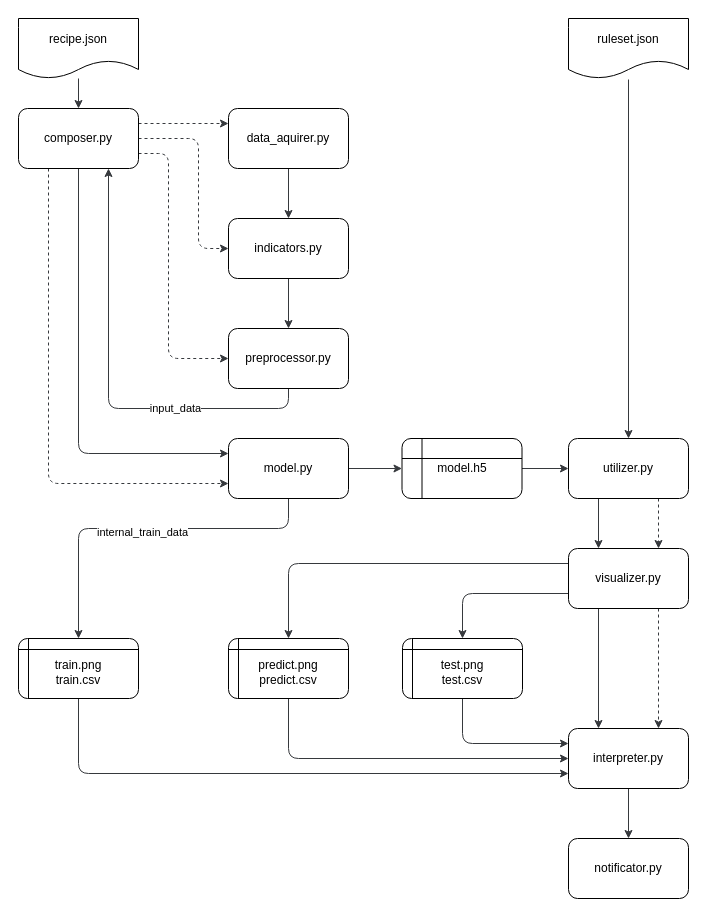
Earlier version of the draw.io diagram doc/model_overview.drawio (Franzelfx/forex-predicter). Source tidied: cells renumbered, new cells numbered last; positions are measured from the earlier drawing's top-left corner, leaving out a move shared by most shapes. Both pictures are drawn from the tidied source at 100%, with x=0, y=0 at pixel (18, 18).
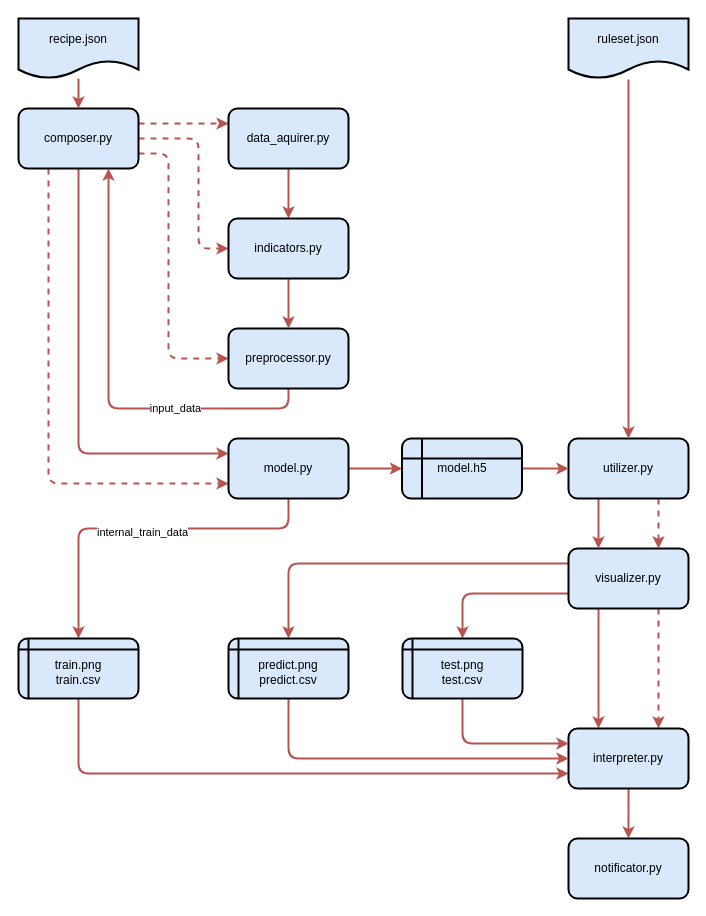
The same diagram, later.

Commit message (it also covers changes not shown here):
EDIT model overview

What changed in the source:
```diff
@@
-    <mxCell id="2" style="edgeStyle=orthogonalEdgeStyle;rounded=1;jettySize=auto;html=1;exitX=1;exitY=0.25;exitDx=0;exitDy=0;entryX=0;entryY=0.25;entryDx=0;entryDy=0;dashed=1;fillColor=#f9f7ed;strokeColor=#36393d;" parent="1" edge="1" source="7" target="9">
+    <mxCell id="2" style="edgeStyle=orthogonalEdgeStyle;rounded=1;jettySize=auto;html=1;exitX=1;exitY=0.25;exitDx=0;exitDy=0;entryX=0;entryY=0.25;entryDx=0;entryDy=0;dashed=1;fillColor=#f8cecc;strokeColor=#b85450;strokeWidth=2;" parent="1" edge="1" source="7" target="9">
       <mxGeometry relative="1" as="geometry" />
     </mxCell>
-    <mxCell id="3" style="edgeStyle=orthogonalEdgeStyle;rounded=1;jettySize=auto;html=1;exitX=1;exitY=0.5;exitDx=0;exitDy=0;entryX=0;entryY=0.5;entryDx=0;entryDy=0;dashed=1;fillColor=#f9f7ed;strokeColor=#36393d;" parent="1" edge="1" source="7" target="14">
+    <mxCell id="3" style="edgeStyle=orthogonalEdgeStyle;rounded=1;jettySize=auto;html=1;exitX=1;exitY=0.5;exitDx=0;exitDy=0;entryX=0;entryY=0.5;entryDx=0;entryDy=0;dashed=1;fillColor=#f8cecc;strokeColor=#b85450;strokeWidth=2;" parent="1" edge="1" source="7" target="14">
       <mxGeometry relative="1" as="geometry">
         <Array as="points">
           <mxPoint x="180" y="120" />
           <mxPoint x="180" y="230" />
         </Array>
       </mxGeometry>
     </mxCell>
-    <mxCell id="4" style="edgeStyle=orthogonalEdgeStyle;rounded=1;jettySize=auto;html=1;exitX=1;exitY=0.75;exitDx=0;exitDy=0;entryX=0;entryY=0.5;entryDx=0;entryDy=0;dashed=1;fillColor=#f9f7ed;strokeColor=#36393d;" parent="1" edge="1" source="7" target="12">
+    <mxCell id="4" style="edgeStyle=orthogonalEdgeStyle;rounded=1;jettySize=auto;html=1;exitX=1;exitY=0.75;exitDx=0;exitDy=0;entryX=0;entryY=0.5;entryDx=0;entryDy=0;dashed=1;fillColor=#f8cecc;strokeColor=#b85450;strokeWidth=2;" parent="1" edge="1" source="7" target="12">
       <mxGeometry relative="1" as="geometry">
         <Array as="points">
           <mxPoint x="150" y="135" />
           <mxPoint x="150" y="340" />
         </Array>
       </mxGeometry>
     </mxCell>
-    <mxCell id="5" style="edgeStyle=orthogonalEdgeStyle;html=1;exitX=0.5;exitY=1;exitDx=0;exitDy=0;entryX=0;entryY=0.25;entryDx=0;entryDy=0;startArrow=none;startFill=0;fillColor=#f9f7ed;strokeColor=#36393d;" parent="1" edge="1" source="7" target="23">
+    <mxCell id="5" style="edgeStyle=orthogonalEdgeStyle;html=1;exitX=0.5;exitY=1;exitDx=0;exitDy=0;entryX=0;entryY=0.25;entryDx=0;entryDy=0;startArrow=none;startFill=0;fillColor=#f8cecc;strokeColor=#b85450;strokeWidth=2;" parent="1" edge="1" source="7" target="23">
       <mxGeometry relative="1" as="geometry" />
     </mxCell>
-    <mxCell id="6" style="edgeStyle=orthogonalEdgeStyle;html=1;exitX=0.25;exitY=1;exitDx=0;exitDy=0;entryX=0;entryY=0.75;entryDx=0;entryDy=0;startArrow=none;startFill=0;dashed=1;fillColor=#f9f7ed;strokeColor=#36393d;" parent="1" edge="1" source="7" target="23">
+    <mxCell id="6" style="edgeStyle=orthogonalEdgeStyle;html=1;exitX=0.25;exitY=1;exitDx=0;exitDy=0;entryX=0;entryY=0.75;entryDx=0;entryDy=0;startArrow=none;startFill=0;dashed=1;fillColor=#f8cecc;strokeColor=#b85450;strokeWidth=2;" parent="1" edge="1" source="7" target="23">
       <mxGeometry relative="1" as="geometry" />
     </mxCell>
-    <mxCell id="7" value="composer.py" style="rounded=1;whiteSpace=wrap;html=1;verticalAlign=middle;align=center;" parent="1" vertex="1">
+    <mxCell id="7" value="composer.py" style="rounded=1;whiteSpace=wrap;html=1;verticalAlign=middle;align=center;strokeWidth=2;fillColor=#dae8fc;strokeColor=#000000;" parent="1" vertex="1">
       <mxGeometry y="90" width="120" height="60" as="geometry" />
     </mxCell>
-    <mxCell id="8" style="edgeStyle=none;html=1;fillColor=#eeeeee;strokeColor=#36393d;" parent="1" edge="1" source="9" target="14">
+    <mxCell id="8" style="edgeStyle=none;html=1;fillColor=#f8cecc;strokeColor=#b85450;strokeWidth=2;" parent="1" edge="1" source="9" target="14">
       <mxGeometry relative="1" as="geometry" />
     </mxCell>
-    <mxCell id="9" value="data_aquirer.py" style="rounded=1;whiteSpace=wrap;html=1;" parent="1" vertex="1">
+    <mxCell id="9" value="data_aquirer.py" style="rounded=1;whiteSpace=wrap;html=1;strokeWidth=2;fillColor=#dae8fc;strokeColor=#000000;" parent="1" vertex="1">
       <mxGeometry x="210" y="90" width="120" height="60" as="geometry" />
     </mxCell>
-    <mxCell id="10" style="edgeStyle=orthogonalEdgeStyle;rounded=1;jettySize=auto;html=1;exitX=0.5;exitY=1;exitDx=0;exitDy=0;entryX=0.75;entryY=1;entryDx=0;entryDy=0;fillColor=#f9f7ed;strokeColor=#36393d;" parent="1" edge="1" source="12" target="7">
+    <mxCell id="10" style="edgeStyle=orthogonalEdgeStyle;rounded=1;jettySize=auto;html=1;exitX=0.5;exitY=1;exitDx=0;exitDy=0;entryX=0.75;entryY=1;entryDx=0;entryDy=0;fillColor=#f8cecc;strokeColor=#b85450;strokeWidth=2;" parent="1" edge="1" source="12" target="7">
       <mxGeometry relative="1" as="geometry" />
     </mxCell>
@@
-    <mxCell id="12" value="preprocessor.py" style="rounded=1;whiteSpace=wrap;html=1;" parent="1" vertex="1">
+    <mxCell id="12" value="preprocessor.py" style="rounded=1;whiteSpace=wrap;html=1;strokeWidth=2;fillColor=#dae8fc;strokeColor=#000000;" parent="1" vertex="1">
       <mxGeometry x="210" y="310" width="120" height="60" as="geometry" />
     </mxCell>
-    <mxCell id="13" style="edgeStyle=none;html=1;fillColor=#eeeeee;strokeColor=#36393d;" parent="1" edge="1" source="14" target="12">
+    <mxCell id="13" style="edgeStyle=none;html=1;fillColor=#f8cecc;strokeColor=#b85450;strokeWidth=2;" parent="1" edge="1" source="14" target="12">
       <mxGeometry relative="1" as="geometry" />
     </mxCell>
-    <mxCell id="14" value="indicators.py" style="rounded=1;whiteSpace=wrap;html=1;" parent="1" vertex="1">
+    <mxCell id="14" value="indicators.py" style="rounded=1;whiteSpace=wrap;html=1;strokeWidth=2;fillColor=#dae8fc;strokeColor=#000000;" parent="1" vertex="1">
       <mxGeometry x="210" y="200" width="120" height="60" as="geometry" />
     </mxCell>
-    <mxCell id="15" style="edgeStyle=orthogonalEdgeStyle;html=1;exitX=0;exitY=0.75;exitDx=0;exitDy=0;entryX=0.5;entryY=0;entryDx=0;entryDy=0;startArrow=none;startFill=0;fillColor=#f9f7ed;strokeColor=#36393d;" parent="1" edge="1" source="19" target="38">
+    <mxCell id="15" style="edgeStyle=orthogonalEdgeStyle;html=1;exitX=0;exitY=0.75;exitDx=0;exitDy=0;entryX=0.5;entryY=0;entryDx=0;entryDy=0;startArrow=none;startFill=0;fillColor=#f8cecc;strokeColor=#b85450;strokeWidth=2;" parent="1" edge="1" source="19" target="38">
       <mxGeometry relative="1" as="geometry" />
     </mxCell>
-    <mxCell id="16" style="edgeStyle=orthogonalEdgeStyle;html=1;exitX=0;exitY=0.25;exitDx=0;exitDy=0;entryX=0.5;entryY=0;entryDx=0;entryDy=0;startArrow=none;startFill=0;fillColor=#f9f7ed;strokeColor=#36393d;" parent="1" edge="1" source="19" target="40">
+    <mxCell id="16" style="edgeStyle=orthogonalEdgeStyle;html=1;exitX=0;exitY=0.25;exitDx=0;exitDy=0;entryX=0.5;entryY=0;entryDx=0;entryDy=0;startArrow=none;startFill=0;fillColor=#f8cecc;strokeColor=#b85450;strokeWidth=2;" parent="1" edge="1" source="19" target="40">
       <mxGeometry relative="1" as="geometry" />
     </mxCell>
-    <mxCell id="17" style="edgeStyle=orthogonalEdgeStyle;html=1;exitX=0.75;exitY=1;exitDx=0;exitDy=0;entryX=0.75;entryY=0;entryDx=0;entryDy=0;dashed=1;startArrow=none;startFill=0;fillColor=#f9f7ed;strokeColor=#36393d;" parent="1" edge="1" source="19" target="36">
+    <mxCell id="17" style="edgeStyle=orthogonalEdgeStyle;html=1;exitX=0.75;exitY=1;exitDx=0;exitDy=0;entryX=0.75;entryY=0;entryDx=0;entryDy=0;dashed=1;startArrow=none;startFill=0;fillColor=#f8cecc;strokeColor=#b85450;strokeWidth=2;" parent="1" edge="1" source="19" target="36">
       <mxGeometry relative="1" as="geometry" />
     </mxCell>
-    <mxCell id="18" style="edgeStyle=orthogonalEdgeStyle;html=1;exitX=0.25;exitY=1;exitDx=0;exitDy=0;entryX=0.25;entryY=0;entryDx=0;entryDy=0;startArrow=none;startFill=0;fillColor=#f9f7ed;strokeColor=#36393d;" parent="1" edge="1" source="19" target="36">
+    <mxCell id="18" style="edgeStyle=orthogonalEdgeStyle;html=1;exitX=0.25;exitY=1;exitDx=0;exitDy=0;entryX=0.25;entryY=0;entryDx=0;entryDy=0;startArrow=none;startFill=0;fillColor=#f8cecc;strokeColor=#b85450;strokeWidth=2;" parent="1" edge="1" source="19" target="36">
       <mxGeometry relative="1" as="geometry" />
     </mxCell>
-    <mxCell id="19" value="visualizer.py" style="rounded=1;whiteSpace=wrap;html=1;verticalAlign=middle;align=center;" parent="1" vertex="1">
+    <mxCell id="19" value="visualizer.py" style="rounded=1;whiteSpace=wrap;html=1;verticalAlign=middle;align=center;strokeWidth=2;fillColor=#dae8fc;strokeColor=#000000;" parent="1" vertex="1">
       <mxGeometry x="550" y="530" width="120" height="60" as="geometry" />
     </mxCell>
-    <mxCell id="20" style="edgeStyle=orthogonalEdgeStyle;html=1;exitX=1;exitY=0.5;exitDx=0;exitDy=0;entryX=0;entryY=0.5;entryDx=0;entryDy=0;fillColor=#f9f7ed;strokeColor=#36393d;" parent="1" edge="1" source="23" target="30">
+    <mxCell id="20" style="edgeStyle=orthogonalEdgeStyle;html=1;exitX=1;exitY=0.5;exitDx=0;exitDy=0;entryX=0;entryY=0.5;entryDx=0;entryDy=0;fillColor=#f8cecc;strokeColor=#b85450;strokeWidth=2;" parent="1" edge="1" source="23" target="30">
       <mxGeometry relative="1" as="geometry" />
     </mxCell>
-    <mxCell id="21" style="edgeStyle=orthogonalEdgeStyle;html=1;exitX=0.5;exitY=1;exitDx=0;exitDy=0;entryX=0.5;entryY=0;entryDx=0;entryDy=0;startArrow=none;startFill=0;fillColor=#f9f7ed;strokeColor=#36393d;" parent="1" edge="1" source="23" target="34">
+    <mxCell id="21" style="edgeStyle=orthogonalEdgeStyle;html=1;exitX=0.5;exitY=1;exitDx=0;exitDy=0;entryX=0.5;entryY=0;entryDx=0;entryDy=0;startArrow=none;startFill=0;fillColor=#f8cecc;strokeColor=#b85450;strokeWidth=2;" parent="1" edge="1" source="23" target="34">
       <mxGeometry relative="1" as="geometry">
         <Array as="points">
           <mxPoint x="270" y="510" />
           <mxPoint x="60" y="510" />
         </Array>
       </mxGeometry>
     </mxCell>
@@
-    <mxCell id="23" value="model.py" style="rounded=1;whiteSpace=wrap;html=1;verticalAlign=middle;align=center;" parent="1" vertex="1">
+    <mxCell id="23" value="model.py" style="rounded=1;whiteSpace=wrap;html=1;verticalAlign=middle;align=center;strokeWidth=2;fillColor=#dae8fc;strokeColor=#000000;" parent="1" vertex="1">
       <mxGeometry x="210" y="420" width="120" height="60" as="geometry" />
     </mxCell>
-    <mxCell id="24" style="edgeStyle=orthogonalEdgeStyle;html=1;exitX=0.25;exitY=1;exitDx=0;exitDy=0;entryX=0.25;entryY=0;entryDx=0;entryDy=0;startArrow=none;startFill=0;fillColor=#f9f7ed;strokeColor=#36393d;" parent="1" edge="1" source="26" target="19">
+    <mxCell id="24" style="edgeStyle=orthogonalEdgeStyle;html=1;exitX=0.25;exitY=1;exitDx=0;exitDy=0;entryX=0.25;entryY=0;entryDx=0;entryDy=0;startArrow=none;startFill=0;fillColor=#f8cecc;strokeColor=#b85450;strokeWidth=2;" parent="1" edge="1" source="26" target="19">
       <mxGeometry relative="1" as="geometry" />
     </mxCell>
-    <mxCell id="25" style="edgeStyle=orthogonalEdgeStyle;html=1;exitX=0.75;exitY=1;exitDx=0;exitDy=0;entryX=0.75;entryY=0;entryDx=0;entryDy=0;startArrow=none;startFill=0;dashed=1;fillColor=#f9f7ed;strokeColor=#36393d;" parent="1" edge="1" source="26" target="19">
+    <mxCell id="25" style="edgeStyle=orthogonalEdgeStyle;html=1;exitX=0.75;exitY=1;exitDx=0;exitDy=0;entryX=0.75;entryY=0;entryDx=0;entryDy=0;startArrow=none;startFill=0;dashed=1;fillColor=#f8cecc;strokeColor=#b85450;strokeWidth=2;" parent="1" edge="1" source="26" target="19">
       <mxGeometry relative="1" as="geometry" />
     </mxCell>
-    <mxCell id="26" value="utilizer.py" style="rounded=1;whiteSpace=wrap;html=1;verticalAlign=middle;align=center;" parent="1" vertex="1">
+    <mxCell id="26" value="utilizer.py" style="rounded=1;whiteSpace=wrap;html=1;verticalAlign=middle;align=center;strokeWidth=2;fillColor=#dae8fc;strokeColor=#000000;" parent="1" vertex="1">
       <mxGeometry x="550" y="420" width="120" height="60" as="geometry" />
     </mxCell>
-    <mxCell id="27" style="edgeStyle=none;html=1;fillColor=#f9f7ed;strokeColor=#36393d;" parent="1" edge="1" source="28" target="7">
+    <mxCell id="27" style="edgeStyle=none;html=1;fillColor=#f8cecc;strokeColor=#b85450;strokeWidth=2;" parent="1" edge="1" source="28" target="7">
       <mxGeometry relative="1" as="geometry" />
     </mxCell>
-    <mxCell id="28" value="recipe.json" style="shape=document;whiteSpace=wrap;html=1;boundedLbl=1;" parent="1" vertex="1">
+    <mxCell id="28" value="recipe.json" style="shape=document;whiteSpace=wrap;html=1;boundedLbl=1;strokeWidth=2;fillColor=#dae8fc;strokeColor=#000000;" parent="1" vertex="1">
       <mxGeometry width="120" height="60" as="geometry" />
     </mxCell>
-    <mxCell id="29" style="edgeStyle=orthogonalEdgeStyle;html=1;startArrow=none;startFill=0;fillColor=#f9f7ed;strokeColor=#36393d;" parent="1" edge="1" source="30" target="26">
+    <mxCell id="29" style="edgeStyle=orthogonalEdgeStyle;html=1;startArrow=none;startFill=0;fillColor=#f8cecc;strokeColor=#b85450;strokeWidth=2;" parent="1" edge="1" source="30" target="26">
       <mxGeometry relative="1" as="geometry" />
     </mxCell>
-    <mxCell id="30" value="model.h5" style="shape=internalStorage;whiteSpace=wrap;html=1;backgroundOutline=1;rounded=1;" parent="1" vertex="1">
+    <mxCell id="30" value="model.h5" style="shape=internalStorage;whiteSpace=wrap;html=1;backgroundOutline=1;rounded=1;strokeWidth=2;fillColor=#dae8fc;strokeColor=#000000;" parent="1" vertex="1">
       <mxGeometry x="383.5" y="420" width="120" height="60" as="geometry" />
     </mxCell>
-    <mxCell id="31" style="edgeStyle=orthogonalEdgeStyle;html=1;exitX=0.5;exitY=1;exitDx=0;exitDy=1;exitPerimeter=0;entryX=0.5;entryY=0;entryDx=0;entryDy=0;startArrow=none;startFill=0;fillColor=#f9f7ed;strokeColor=#36393d;" parent="1" edge="1" source="32" target="26">
+    <mxCell id="31" style="edgeStyle=orthogonalEdgeStyle;html=1;exitX=0.5;exitY=1;exitDx=0;exitDy=1;exitPerimeter=0;entryX=0.5;entryY=0;entryDx=0;entryDy=0;startArrow=none;startFill=0;fillColor=#f8cecc;strokeColor=#b85450;strokeWidth=2;" parent="1" edge="1" source="32" target="26">
       <mxGeometry relative="1" as="geometry" />
     </mxCell>
-    <mxCell id="32" value="ruleset.json" style="shape=document;whiteSpace=wrap;html=1;boundedLbl=1;points=[[0,0.25,0,0,0],[0,0.5,0,0,0],[0,0.75,0,0,0],[0.25,0,0,0,0],[0.25,1,0,0,1],[0.5,0,0,0,0],[0.5,1,0,0,1],[0.75,0,0,0,0],[0.75,1,0,0,1],[1,0.25,0,0,0],[1,0.5,0,0,0],[1,0.75,0,0,0]];" parent="1" vertex="1">
+    <mxCell id="32" value="ruleset.json" style="shape=document;whiteSpace=wrap;html=1;boundedLbl=1;points=[[0,0.25,0,0,0],[0,0.5,0,0,0],[0,0.75,0,0,0],[0.25,0,0,0,0],[0.25,1,0,0,1],[0.5,0,0,0,0],[0.5,1,0,0,1],[0.75,0,0,0,0],[0.75,1,0,0,1],[1,0.25,0,0,0],[1,0.5,0,0,0],[1,0.75,0,0,0]];strokeWidth=2;fillColor=#dae8fc;strokeColor=#000000;" parent="1" vertex="1">
       <mxGeometry x="550" width="120" height="60" as="geometry" />
     </mxCell>
-    <mxCell id="33" style="edgeStyle=orthogonalEdgeStyle;html=1;exitX=0.5;exitY=1;exitDx=0;exitDy=0;entryX=0;entryY=0.75;entryDx=0;entryDy=0;startArrow=none;startFill=0;fillColor=#f9f7ed;strokeColor=#36393d;" parent="1" edge="1" source="34" target="36">
+    <mxCell id="33" style="edgeStyle=orthogonalEdgeStyle;html=1;exitX=0.5;exitY=1;exitDx=0;exitDy=0;entryX=0;entryY=0.75;entryDx=0;entryDy=0;startArrow=none;startFill=0;fillColor=#f8cecc;strokeColor=#b85450;strokeWidth=2;" parent="1" edge="1" source="34" target="36">
       <mxGeometry relative="1" as="geometry" />
     </mxCell>
-    <mxCell id="34" value="train.png&lt;br&gt;train.csv" style="shape=internalStorage;whiteSpace=wrap;html=1;backgroundOutline=1;dx=10;dy=11;spacingTop=8;rounded=1;" parent="1" vertex="1">
+    <mxCell id="34" value="train.png&lt;br&gt;train.csv" style="shape=internalStorage;whiteSpace=wrap;html=1;backgroundOutline=1;dx=10;dy=11;spacingTop=8;rounded=1;strokeWidth=2;fillColor=#dae8fc;strokeColor=#000000;" parent="1" vertex="1">
       <mxGeometry y="620" width="120" height="60" as="geometry" />
     </mxCell>
-    <mxCell id="35" style="edgeStyle=orthogonalEdgeStyle;html=1;startArrow=none;startFill=0;fillColor=#f9f7ed;strokeColor=#36393d;" parent="1" edge="1" source="36" target="41">
+    <mxCell id="35" style="edgeStyle=orthogonalEdgeStyle;html=1;startArrow=none;startFill=0;fillColor=#f8cecc;strokeColor=#b85450;strokeWidth=2;" parent="1" edge="1" source="36" target="41">
       <mxGeometry relative="1" as="geometry" />
     </mxCell>
-    <mxCell id="36" value="interpreter.py" style="rounded=1;whiteSpace=wrap;html=1;verticalAlign=middle;align=center;" parent="1" vertex="1">
+    <mxCell id="36" value="interpreter.py" style="rounded=1;whiteSpace=wrap;html=1;verticalAlign=middle;align=center;strokeWidth=2;fillColor=#dae8fc;strokeColor=#000000;" parent="1" vertex="1">
       <mxGeometry x="550" y="710" width="120" height="60" as="geometry" />
     </mxCell>
-    <mxCell id="37" style="edgeStyle=orthogonalEdgeStyle;html=1;exitX=0.5;exitY=1;exitDx=0;exitDy=0;entryX=0;entryY=0.25;entryDx=0;entryDy=0;startArrow=none;startFill=0;fillColor=#f9f7ed;strokeColor=#36393d;" parent="1" edge="1" source="38" target="36">
+    <mxCell id="37" style="edgeStyle=orthogonalEdgeStyle;html=1;exitX=0.5;exitY=1;exitDx=0;exitDy=0;entryX=0;entryY=0.25;entryDx=0;entryDy=0;startArrow=none;startFill=0;fillColor=#f8cecc;strokeColor=#b85450;strokeWidth=2;" parent="1" edge="1" source="38" target="36">
       <mxGeometry relative="1" as="geometry" />
     </mxCell>
-    <mxCell id="38" value="test.png&lt;br&gt;test.csv" style="shape=internalStorage;whiteSpace=wrap;html=1;backgroundOutline=1;dx=10;dy=11;spacingTop=8;rounded=1;" parent="1" vertex="1">
+    <mxCell id="38" value="test.png&lt;br&gt;test.csv" style="shape=internalStorage;whiteSpace=wrap;html=1;backgroundOutline=1;dx=10;dy=11;spacingTop=8;rounded=1;strokeWidth=2;fillColor=#dae8fc;strokeColor=#000000;" parent="1" vertex="1">
       <mxGeometry x="384" y="620" width="120" height="60" as="geometry" />
     </mxCell>
-    <mxCell id="39" style="edgeStyle=orthogonalEdgeStyle;html=1;exitX=0.5;exitY=1;exitDx=0;exitDy=0;entryX=0;entryY=0.5;entryDx=0;entryDy=0;startArrow=none;startFill=0;fillColor=#f9f7ed;strokeColor=#36393d;" parent="1" edge="1" source="40" target="36">
+    <mxCell id="39" style="edgeStyle=orthogonalEdgeStyle;html=1;exitX=0.5;exitY=1;exitDx=0;exitDy=0;entryX=0;entryY=0.5;entryDx=0;entryDy=0;startArrow=none;startFill=0;fillColor=#f8cecc;strokeColor=#b85450;strokeWidth=2;" parent="1" edge="1" source="40" target="36">
       <mxGeometry relative="1" as="geometry" />
     </mxCell>
-    <mxCell id="40" value="predict.png&lt;br&gt;predict.csv" style="shape=internalStorage;whiteSpace=wrap;html=1;backgroundOutline=1;dx=10;dy=11;spacingTop=8;rounded=1;" parent="1" vertex="1">
+    <mxCell id="40" value="predict.png&lt;br&gt;predict.csv" style="shape=internalStorage;whiteSpace=wrap;html=1;backgroundOutline=1;dx=10;dy=11;spacingTop=8;rounded=1;strokeWidth=2;fillColor=#dae8fc;strokeColor=#000000;" parent="1" vertex="1">
       <mxGeometry x="210" y="620" width="120" height="60" as="geometry" />
     </mxCell>
-    <mxCell id="41" value="notificator.py" style="rounded=1;whiteSpace=wrap;html=1;verticalAlign=middle;align=center;" parent="1" vertex="1">
+    <mxCell id="41" value="notificator.py" style="rounded=1;whiteSpace=wrap;html=1;verticalAlign=middle;align=center;strokeWidth=2;fillColor=#dae8fc;strokeColor=#000000;" parent="1" vertex="1">
       <mxGeometry x="550" y="820" width="120" height="60" as="geometry" />
     </mxCell>
```
